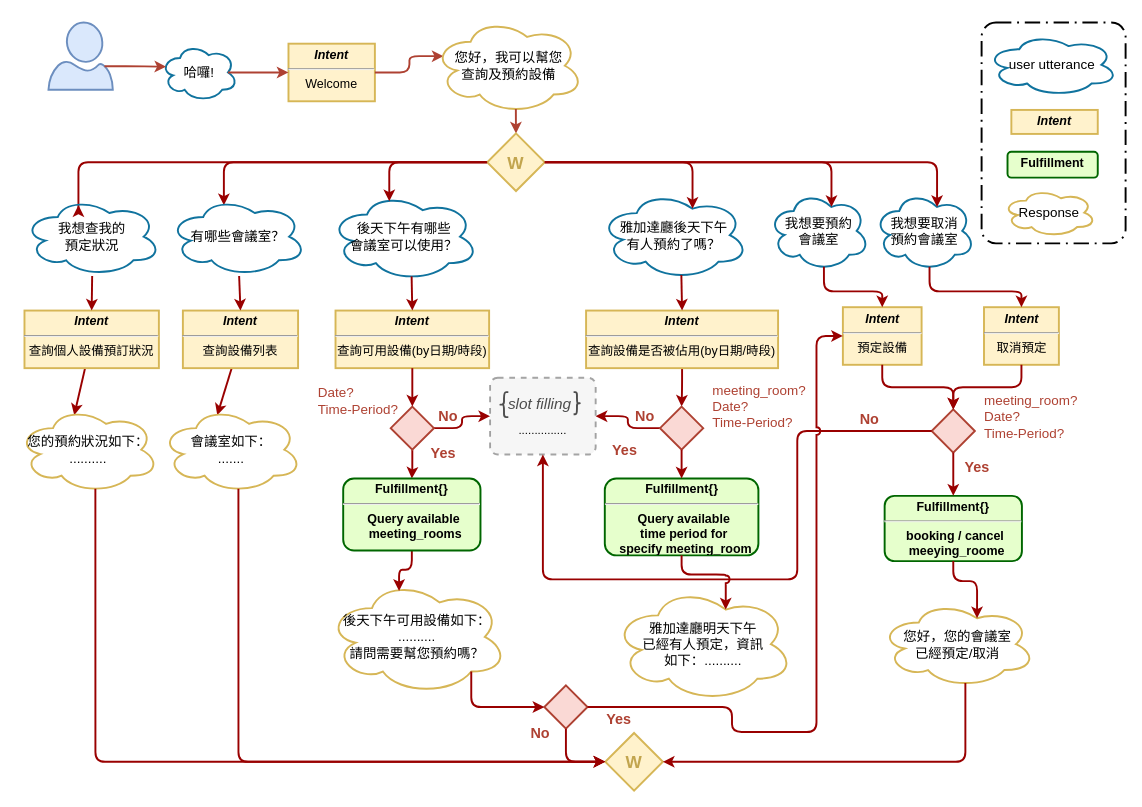
shihxuancheng/qa_bot keeps this draw.io diagram as page "whl_family" (4 of 4) of resources/assets/qa_bot dialog flow.drawio. Above is the earlier version. Source tidied: cells renumbered, new cells numbered last; positions are measured from the earlier drawing's top-left corner, leaving out a move shared by most shapes. Both pictures are drawn from the tidied source at 96%, with x=0, y=0 at pixel (17, 17).
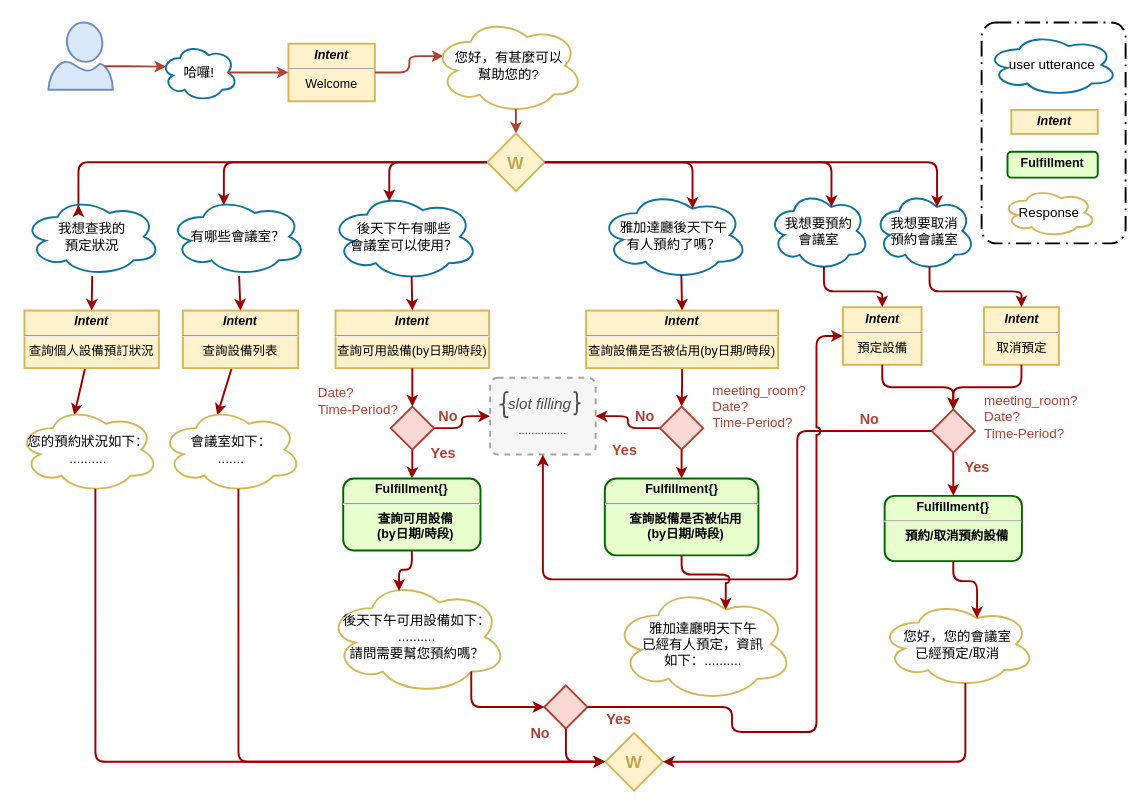
The same page after the edit.

Change to the diagram source:
```diff
@@
-    <mxCell id="23" value="您好，我可以幫您&lt;br&gt;查詢及預約設備" style="ellipse;shape=cloud;whiteSpace=wrap;html=1;rounded=0;shadow=0;glass=0;comic=0;strokeColor=#D6B656;strokeWidth=2;fillColor=none;fontSize=14;" parent="1" vertex="1">
+    <mxCell id="23" value="您好，有甚麼可以&lt;br&gt;幫助您的?" style="ellipse;shape=cloud;whiteSpace=wrap;html=1;rounded=0;shadow=0;glass=0;comic=0;strokeColor=#D6B656;strokeWidth=2;fillColor=none;fontSize=14;" parent="1" vertex="1">
       <mxGeometry x="432.5" width="157" height="100" as="geometry" />
     </mxCell>
@@
-    <mxCell id="45" value="&lt;p style=&quot;margin: 4px 0px 0px ; font-size: 13px&quot;&gt;&lt;strong style=&quot;font-size: 13px&quot;&gt;Fulfillment{}&lt;/strong&gt;&lt;/p&gt;&lt;hr style=&quot;font-size: 13px&quot;&gt;&lt;p style=&quot;margin: 0px 0px 0px 8px ; font-size: 13px&quot;&gt;Query available&amp;nbsp;&lt;/p&gt;&lt;p style=&quot;margin: 0px 0px 0px 8px ; font-size: 13px&quot;&gt;meeting_rooms&lt;/p&gt;" style="verticalAlign=middle;align=center;overflow=fill;fontSize=13;fontFamily=Helvetica;html=1;rounded=1;fontStyle=1;strokeWidth=2;fillColor=#E6FFCC;strokeColor=#006600;" parent="1" vertex="1">
+    <mxCell id="45" value="&lt;p style=&quot;margin: 4px 0px 0px ; font-size: 13px&quot;&gt;&lt;strong style=&quot;font-size: 13px&quot;&gt;Fulfillment{}&lt;/strong&gt;&lt;/p&gt;&lt;hr style=&quot;font-size: 13px&quot;&gt;&lt;p style=&quot;margin: 0px 0px 0px 8px ; font-size: 13px&quot;&gt;查詢可用設備&lt;/p&gt;&lt;p style=&quot;margin: 0px 0px 0px 8px ; font-size: 13px&quot;&gt;(by日期/時段)&lt;br&gt;&lt;/p&gt;" style="verticalAlign=middle;align=center;overflow=fill;fontSize=13;fontFamily=Helvetica;html=1;rounded=1;fontStyle=1;strokeWidth=2;fillColor=#E6FFCC;strokeColor=#006600;" parent="1" vertex="1">
       <mxGeometry x="339" y="480" width="143" height="75" as="geometry" />
     </mxCell>
@@
-    <mxCell id="54" value="&lt;p style=&quot;margin: 4px 0px 0px ; font-size: 13px&quot;&gt;&lt;strong style=&quot;font-size: 13px&quot;&gt;Fulfillment{}&lt;/strong&gt;&lt;/p&gt;&lt;hr style=&quot;font-size: 13px&quot;&gt;&lt;p style=&quot;margin: 0px 0px 0px 8px ; font-size: 13px&quot;&gt;Query available&amp;nbsp;&lt;/p&gt;&lt;p style=&quot;margin: 0px 0px 0px 8px ; font-size: 13px&quot;&gt;time period for&amp;nbsp;&lt;/p&gt;&lt;p style=&quot;margin: 0px 0px 0px 8px ; font-size: 13px&quot;&gt;specify meeting_room&lt;/p&gt;" style="verticalAlign=middle;align=center;overflow=fill;fontSize=13;fontFamily=Helvetica;html=1;rounded=1;fontStyle=1;strokeWidth=2;fillColor=#E6FFCC;strokeColor=#006600;" parent="1" vertex="1">
+    <mxCell id="54" value="&lt;p style=&quot;margin: 4px 0px 0px ; font-size: 13px&quot;&gt;&lt;strong style=&quot;font-size: 13px&quot;&gt;Fulfillment{}&lt;/strong&gt;&lt;/p&gt;&lt;hr style=&quot;font-size: 13px&quot;&gt;&lt;p style=&quot;margin: 0px 0px 0px 8px ; font-size: 13px&quot;&gt;查詢設備是否被佔用&lt;/p&gt;&lt;p style=&quot;margin: 0px 0px 0px 8px ; font-size: 13px&quot;&gt;(by日期/時段)&lt;br&gt;&lt;/p&gt;" style="verticalAlign=middle;align=center;overflow=fill;fontSize=13;fontFamily=Helvetica;html=1;rounded=1;fontStyle=1;strokeWidth=2;fillColor=#E6FFCC;strokeColor=#006600;" parent="1" vertex="1">
       <mxGeometry x="611.5" y="480" width="160" height="80" as="geometry" />
     </mxCell>
@@
-    <mxCell id="70" value="&lt;p style=&quot;margin: 4px 0px 0px ; font-size: 13px&quot;&gt;&lt;strong style=&quot;font-size: 13px&quot;&gt;Fulfillment{}&lt;/strong&gt;&lt;/p&gt;&lt;hr style=&quot;font-size: 13px&quot;&gt;&lt;p style=&quot;margin: 0px 0px 0px 8px ; font-size: 13px&quot;&gt;booking / cancel&amp;nbsp;&lt;/p&gt;&lt;p style=&quot;margin: 0px 0px 0px 8px ; font-size: 13px&quot;&gt;meeying_roome&lt;/p&gt;" style="verticalAlign=middle;align=center;overflow=fill;fontSize=13;fontFamily=Helvetica;html=1;rounded=1;fontStyle=1;strokeWidth=2;fillColor=#E6FFCC;strokeColor=#006600;" parent="1" vertex="1">
+    <mxCell id="70" value="&lt;p style=&quot;margin: 4px 0px 0px ; font-size: 13px&quot;&gt;&lt;strong style=&quot;font-size: 13px&quot;&gt;Fulfillment{}&lt;/strong&gt;&lt;/p&gt;&lt;hr style=&quot;font-size: 13px&quot;&gt;&lt;p style=&quot;margin: 0px 0px 0px 8px ; font-size: 13px&quot;&gt;預約/取消預約設備&lt;/p&gt;" style="verticalAlign=middle;align=center;overflow=fill;fontSize=13;fontFamily=Helvetica;html=1;rounded=1;fontStyle=1;strokeWidth=2;fillColor=#E6FFCC;strokeColor=#006600;" parent="1" vertex="1">
       <mxGeometry x="903" y="498" width="143" height="68" as="geometry" />
     </mxCell>
```
